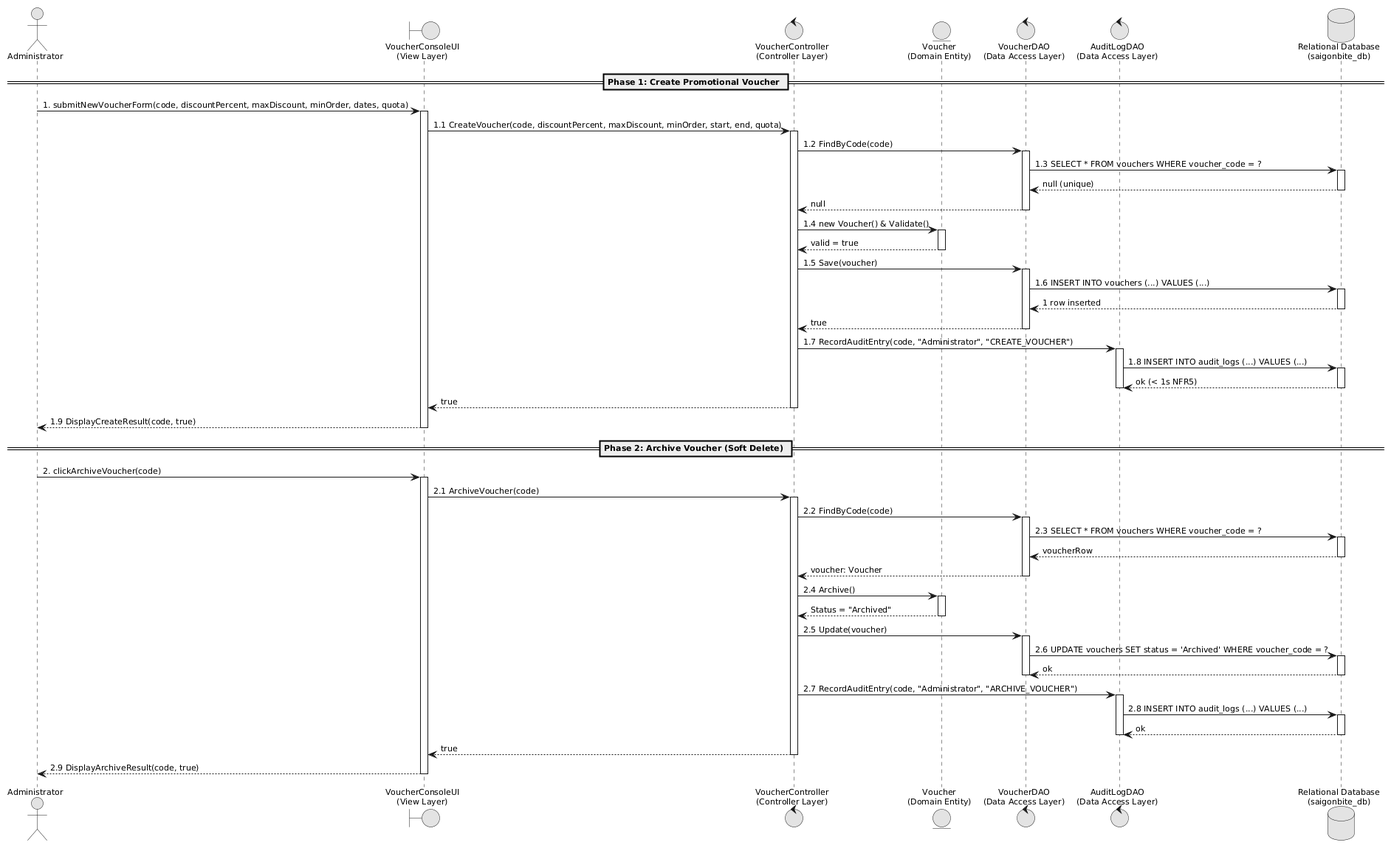
Above: Part_3/models/UC15_Modified_Sequence_Diagram.png in DoQuocTrung06/SaigonBite-RAD-TeamF10 (PlantUML), before the change. Its source is kept beside it as Part_3/models/UC15_Modified_Sequence_Diagram.puml. Source of this version:
```plantuml
@startuml Figure_4_3_2_UC15_Modified_Sequence_Diagram
skinparam backgroundColor #FFFFFF
skinparam monochrome true
skinparam shadowing false
skinparam defaultFontName "Calibri"
skinparam defaultFontSize 11
skinparam defaultFontColor #000000
skinparam linetype ortho
skinparam roundCorner 0
hide circle

actor "Administrator" as Admin
boundary "VoucherConsoleUI\n(View Layer)" as UI
control "VoucherController\n(Controller Layer)" as Ctrl
entity "Voucher\n(Domain Entity)" as Vch
control "VoucherDAO\n(Data Access Layer)" as VDAO
control "AuditLogDAO\n(Data Access Layer)" as AuditDAO
database "Relational Database\n(saigonbite_db)" as DB

== Phase 1: Create Promotional Voucher ==
Admin -> UI: 1. submitNewVoucherForm(code, discountPercent, maxDiscount, minOrder, dates, quota)
activate UI
UI -> Ctrl: 1.1 CreateVoucher(code, discountPercent, maxDiscount, minOrder, start, end, quota)
activate Ctrl

Ctrl -> VDAO: 1.2 FindByCode(code)
activate VDAO
VDAO -> DB: 1.3 SELECT * FROM vouchers WHERE voucher_code = ?
activate DB
DB --> VDAO: null (unique)
deactivate DB
VDAO --> Ctrl: null
deactivate VDAO

Ctrl -> Vch: 1.4 new Voucher() & Validate()
activate Vch
Vch --> Ctrl: valid = true
deactivate Vch

Ctrl -> VDAO: 1.5 Save(voucher)
activate VDAO
VDAO -> DB: 1.6 INSERT INTO vouchers (...) VALUES (...)
activate DB
DB --> VDAO: 1 row inserted
deactivate DB
VDAO --> Ctrl: true
deactivate VDAO

Ctrl -> AuditDAO: 1.7 RecordAuditEntry(code, "Administrator", "CREATE_VOUCHER")
activate AuditDAO
AuditDAO -> DB: 1.8 INSERT INTO audit_logs (...) VALUES (...)
activate DB
DB --> AuditDAO: ok (< 1s NFR5)
deactivate DB
deactivate AuditDAO

Ctrl --> UI: true
deactivate Ctrl
UI --> Admin: 1.9 DisplayCreateResult(code, true)
deactivate UI

== Phase 2: Archive Voucher (Soft Delete) ==
Admin -> UI: 2. clickArchiveVoucher(code)
activate UI
UI -> Ctrl: 2.1 ArchiveVoucher(code)
activate Ctrl

Ctrl -> VDAO: 2.2 FindByCode(code)
activate VDAO
VDAO -> DB: 2.3 SELECT * FROM vouchers WHERE voucher_code = ?
activate DB
DB --> VDAO: voucherRow
deactivate DB
VDAO --> Ctrl: voucher: Voucher
deactivate VDAO

Ctrl -> Vch: 2.4 Archive()
activate Vch
Vch --> Ctrl: Status = "Archived"
deactivate Vch

Ctrl -> VDAO: 2.5 Update(voucher)
activate VDAO
VDAO -> DB: 2.6 UPDATE vouchers SET status = 'Archived' WHERE voucher_code = ?
activate DB
DB --> VDAO: ok
deactivate DB
deactivate VDAO

Ctrl -> AuditDAO: 2.7 RecordAuditEntry(code, "Administrator", "ARCHIVE_VOUCHER")
activate AuditDAO
AuditDAO -> DB: 2.8 INSERT INTO audit_logs (...) VALUES (...)
activate DB
DB --> AuditDAO: ok
deactivate DB
deactivate AuditDAO

Ctrl --> UI: true
deactivate Ctrl
UI --> Admin: 2.9 DisplayArchiveResult(code, true)
deactivate UI

@enduml
```
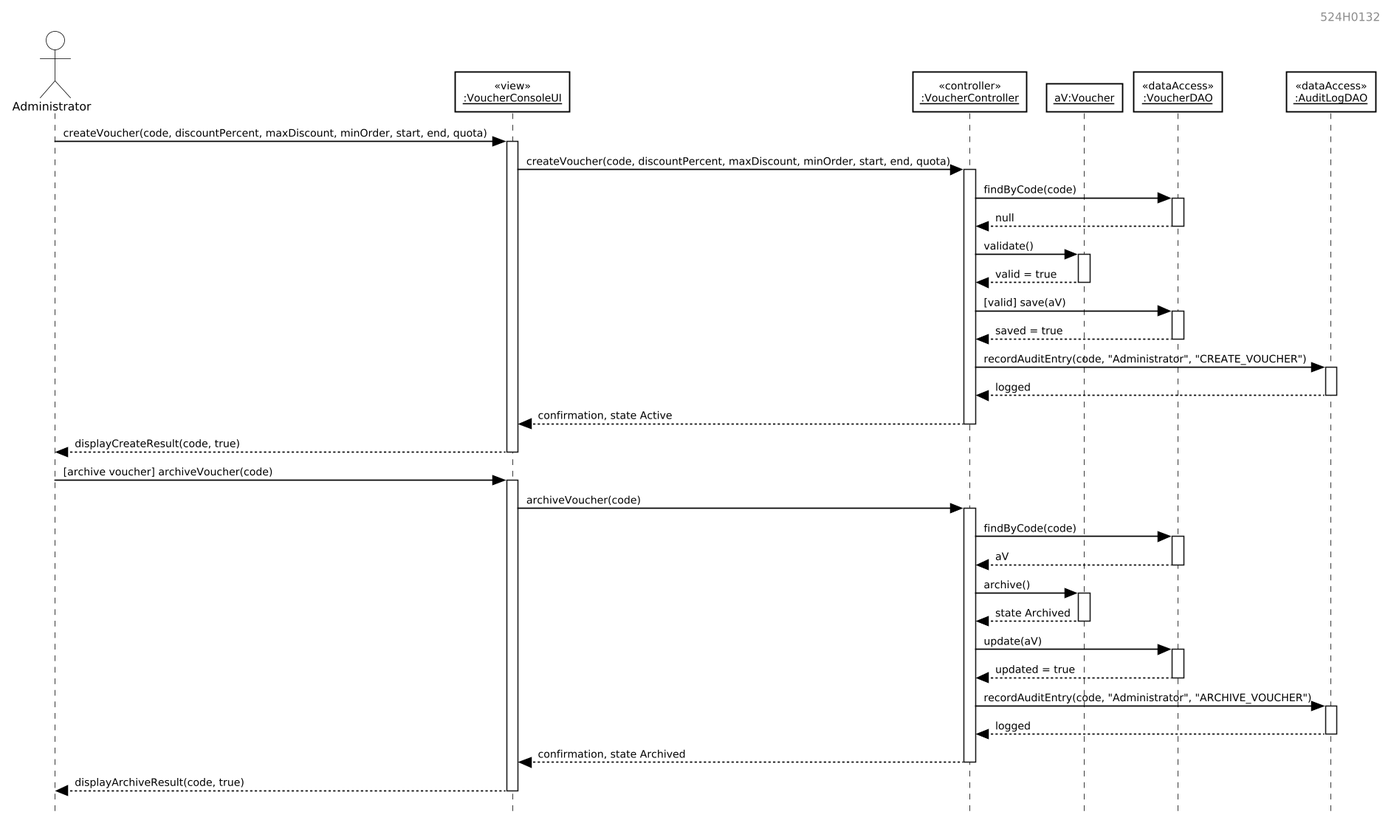
Later version of the same file.

What changed in the source:
```diff
@@ -1,103 +1,85 @@
-@startuml Figure_4_3_2_UC15_Modified_Sequence_Diagram
-skinparam backgroundColor #FFFFFF
+@startuml
+skinparam style strictuml
 skinparam monochrome true
 skinparam shadowing false
-skinparam defaultFontName "Calibri"
-skinparam defaultFontSize 11
-skinparam defaultFontColor #000000
-skinparam linetype ortho
-skinparam roundCorner 0
-hide circle
+skinparam backgroundColor #FFFFFF
+skinparam defaultFontName Arial
+skinparam defaultFontSize 10
+skinparam roundcorner 0
+skinparam dpi 150
+hide footbox
+
+skinparam SequenceLifeLineBorderColor #000000
+skinparam SequenceLifeLineBackgroundColor #FFFFFF
+skinparam ParticipantBackgroundColor #FFFFFF
+skinparam ParticipantBorderColor #000000
+skinparam ParticipantBorderThickness 1.2
+skinparam ParticipantFontColor #000000
+skinparam ParticipantFontSize 9
+skinparam ActorBackgroundColor #FFFFFF
+skinparam ActorBorderColor #000000
+skinparam ActorFontColor #000000
+skinparam ArrowColor #000000
+skinparam ArrowThickness 1.1
+skinparam ArrowFontColor #000000
+skinparam ArrowFontSize 9
+
+right header 524H0132
 
 actor "Administrator" as Admin
-boundary "VoucherConsoleUI\n(View Layer)" as UI
-control "VoucherController\n(Controller Layer)" as Ctrl
-entity "Voucher\n(Domain Entity)" as Vch
-control "VoucherDAO\n(Data Access Layer)" as VDAO
-control "AuditLogDAO\n(Data Access Layer)" as AuditDAO
-database "Relational Database\n(saigonbite_db)" as DB
+participant "<<view>>\n__:VoucherConsoleUI__" as UI
+participant "<<controller>>\n__:VoucherController__" as Ctrl
+participant "__aV:Voucher__" as Vch
+participant "<<dataAccess>>\n__:VoucherDAO__" as VDAO
+participant "<<dataAccess>>\n__:AuditLogDAO__" as AuditDAO
 
-== Phase 1: Create Promotional Voucher ==
-Admin -> UI: 1. submitNewVoucherForm(code, discountPercent, maxDiscount, minOrder, dates, quota)
+Admin -> UI: createVoucher(code, discountPercent, maxDiscount, minOrder, start, end, quota)
 activate UI
-UI -> Ctrl: 1.1 CreateVoucher(code, discountPercent, maxDiscount, minOrder, start, end, quota)
+UI -> Ctrl: createVoucher(code, discountPercent, maxDiscount, minOrder, start, end, quota)
 activate Ctrl
-
-Ctrl -> VDAO: 1.2 FindByCode(code)
+Ctrl -> VDAO: findByCode(code)
 activate VDAO
-VDAO -> DB: 1.3 SELECT * FROM vouchers WHERE voucher_code = ?
-activate DB
-DB --> VDAO: null (unique)
-deactivate DB
 VDAO --> Ctrl: null
 deactivate VDAO
-
-Ctrl -> Vch: 1.4 new Voucher() & Validate()
+Ctrl -> Vch: validate()
 activate Vch
 Vch --> Ctrl: valid = true
 deactivate Vch
-
-Ctrl -> VDAO: 1.5 Save(voucher)
+Ctrl -> VDAO: [valid] save(aV)
 activate VDAO
-VDAO -> DB: 1.6 INSERT INTO vouchers (...) VALUES (...)
-activate DB
-DB --> VDAO: 1 row inserted
-deactivate DB
-VDAO --> Ctrl: true
+VDAO --> Ctrl: saved = true
 deactivate VDAO
-
-Ctrl -> AuditDAO: 1.7 RecordAuditEntry(code, "Administrator", "CREATE_VOUCHER")
+Ctrl -> AuditDAO: recordAuditEntry(code, "Administrator", "CREATE_VOUCHER")
 activate AuditDAO
-AuditDAO -> DB: 1.8 INSERT INTO audit_logs (...) VALUES (...)
-activate DB
-DB --> AuditDAO: ok (< 1s NFR5)
-deactivate DB
+AuditDAO --> Ctrl: logged
 deactivate AuditDAO
-
-Ctrl --> UI: true
+Ctrl --> UI: confirmation, state Active
 deactivate Ctrl
-UI --> Admin: 1.9 DisplayCreateResult(code, true)
+UI --> Admin: displayCreateResult(code, true)
 deactivate UI
 
-== Phase 2: Archive Voucher (Soft Delete) ==
-Admin -> UI: 2. clickArchiveVoucher(code)
+Admin -> UI: [archive voucher] archiveVoucher(code)
 activate UI
-UI -> Ctrl: 2.1 ArchiveVoucher(code)
+UI -> Ctrl: archiveVoucher(code)
 activate Ctrl
-
-Ctrl -> VDAO: 2.2 FindByCode(code)
+Ctrl -> VDAO: findByCode(code)
 activate VDAO
-VDAO -> DB: 2.3 SELECT * FROM vouchers WHERE voucher_code = ?
-activate DB
-DB --> VDAO: voucherRow
-deactivate DB
-VDAO --> Ctrl: voucher: Voucher
+VDAO --> Ctrl: aV
 deactivate VDAO
-
-Ctrl -> Vch: 2.4 Archive()
+Ctrl -> Vch: archive()
 activate Vch
-Vch --> Ctrl: Status = "Archived"
+Vch --> Ctrl: state Archived
 deactivate Vch
-
-Ctrl -> VDAO: 2.5 Update(voucher)
+Ctrl -> VDAO: update(aV)
 activate VDAO
-VDAO -> DB: 2.6 UPDATE vouchers SET status = 'Archived' WHERE voucher_code = ?
-activate DB
-DB --> VDAO: ok
-deactivate DB
+VDAO --> Ctrl: updated = true
 deactivate VDAO
-
-Ctrl -> AuditDAO: 2.7 RecordAuditEntry(code, "Administrator", "ARCHIVE_VOUCHER")
+Ctrl -> AuditDAO: recordAuditEntry(code, "Administrator", "ARCHIVE_VOUCHER")
 activate AuditDAO
-AuditDAO -> DB: 2.8 INSERT INTO audit_logs (...) VALUES (...)
-activate DB
-DB --> AuditDAO: ok
-deactivate DB
+AuditDAO --> Ctrl: logged
 deactivate AuditDAO
-
-Ctrl --> UI: true
+Ctrl --> UI: confirmation, state Archived
 deactivate Ctrl
-UI --> Admin: 2.9 DisplayArchiveResult(code, true)
+UI --> Admin: displayArchiveResult(code, true)
 deactivate UI
-
 @enduml
```
